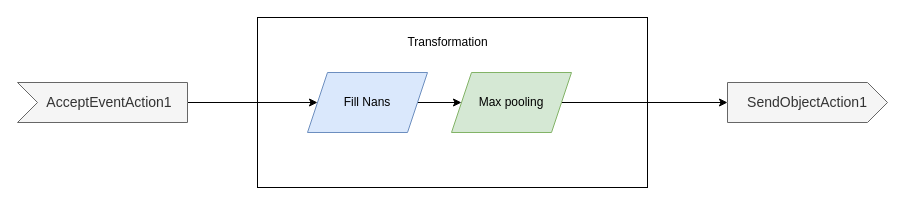
Earlier version of the draw.io diagram page "transformation" (2 of 2) of doc/arc.drawio (rasmushaa/drawio_document_demo_b). Source tidied: cells renumbered, new cells numbered last; positions are measured from the earlier drawing's top-left corner, leaving out a move shared by most shapes. Both pictures are drawn from the tidied source at 100%, with x=0, y=0 at pixel (17, 17).
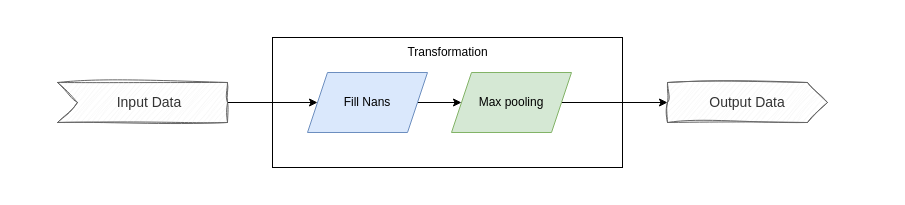
Above is the later version.

Change to the diagram source:
```diff
@@
 <mxGraphModel>
   <root>
     <mxCell id="0" />
     <mxCell id="1" parent="0" />
     <mxCell id="2" style="rounded=0;whiteSpace=wrap;html=1;" parent="1" vertex="1">
-      <mxGeometry x="240" width="390" height="170" as="geometry" />
+      <mxGeometry x="255" y="20" width="350" height="130" as="geometry" />
     </mxCell>
     <mxCell id="3" style="edgeStyle=none;html=1;entryX=0;entryY=0.5;entryDx=0;entryDy=0;" parent="1" edge="1" source="4" target="6">
       <mxGeometry relative="1" as="geometry" />
     </mxCell>
     <mxCell id="4" value="Fill Nans" style="shape=parallelogram;perimeter=parallelogramPerimeter;whiteSpace=wrap;html=1;fixedSize=1;fillColor=#dae8fc;strokeColor=#6c8ebf;" parent="1" vertex="1">
       <mxGeometry x="290" y="55" width="120" height="60" as="geometry" />
     </mxCell>
     <mxCell id="5" style="edgeStyle=none;html=1;" parent="1" edge="1" source="6" target="7">
       <mxGeometry relative="1" as="geometry" />
     </mxCell>
     <mxCell id="6" value="Max pooling" style="shape=parallelogram;perimeter=parallelogramPerimeter;whiteSpace=wrap;html=1;fixedSize=1;fillColor=#d5e8d4;strokeColor=#82b366;" parent="1" vertex="1">
       <mxGeometry x="434" y="55" width="120" height="60" as="geometry" />
     </mxCell>
-    <mxCell id="7" value="SendObjectAction1" style="html=1;shape=mxgraph.infographic.ribbonSimple;notch1=0;notch2=20;align=center;verticalAlign=middle;fontSize=14;fontStyle=0;fillColor=#f5f5f5;whiteSpace=wrap;fontColor=#333333;strokeColor=#666666;" parent="1" vertex="1">
-      <mxGeometry x="710" y="65" width="160" height="40" as="geometry" />
+    <mxCell id="7" value="Output Data" style="html=1;shape=mxgraph.infographic.ribbonSimple;notch1=0;notch2=20;align=center;verticalAlign=middle;fontSize=14;fontStyle=0;fillColor=#f5f5f5;whiteSpace=wrap;fontColor=#333333;strokeColor=#666666;sketch=1;curveFitting=1;jiggle=2;" parent="1" vertex="1">
+      <mxGeometry x="650" y="65" width="160" height="40" as="geometry" />
     </mxCell>
     <mxCell id="8" style="edgeStyle=none;html=1;entryX=0;entryY=0.5;entryDx=0;entryDy=0;" parent="1" edge="1" source="9" target="4">
       <mxGeometry relative="1" as="geometry" />
     </mxCell>
-    <mxCell id="9" value="AcceptEventAction1" style="html=1;shape=mxgraph.infographic.ribbonSimple;notch1=20;notch2=0;align=center;verticalAlign=middle;fontSize=14;fontStyle=0;fillColor=#f5f5f5;flipH=0;spacingRight=0;spacingLeft=14;whiteSpace=wrap;fontColor=#333333;strokeColor=#666666;" parent="1" vertex="1">
-      <mxGeometry y="65" width="170" height="40" as="geometry" />
+    <mxCell id="9" value="Input Data" style="html=1;shape=mxgraph.infographic.ribbonSimple;notch1=20;notch2=0;align=center;verticalAlign=middle;fontSize=14;fontStyle=0;fillColor=#f5f5f5;flipH=0;spacingRight=0;spacingLeft=14;whiteSpace=wrap;fontColor=#333333;strokeColor=#666666;sketch=1;curveFitting=1;jiggle=2;" parent="1" vertex="1">
+      <mxGeometry x="40" y="65" width="170" height="40" as="geometry" />
     </mxCell>
     <mxCell id="10" value="Transformation" style="text;html=1;align=center;verticalAlign=middle;strokeColor=none;fillColor=none;" parent="1" vertex="1">
-      <mxGeometry x="380" y="10" width="100" height="30" as="geometry" />
+      <mxGeometry x="380" y="20" width="100" height="30" as="geometry" />
     </mxCell>
   </root>
 </mxGraphModel>
```
